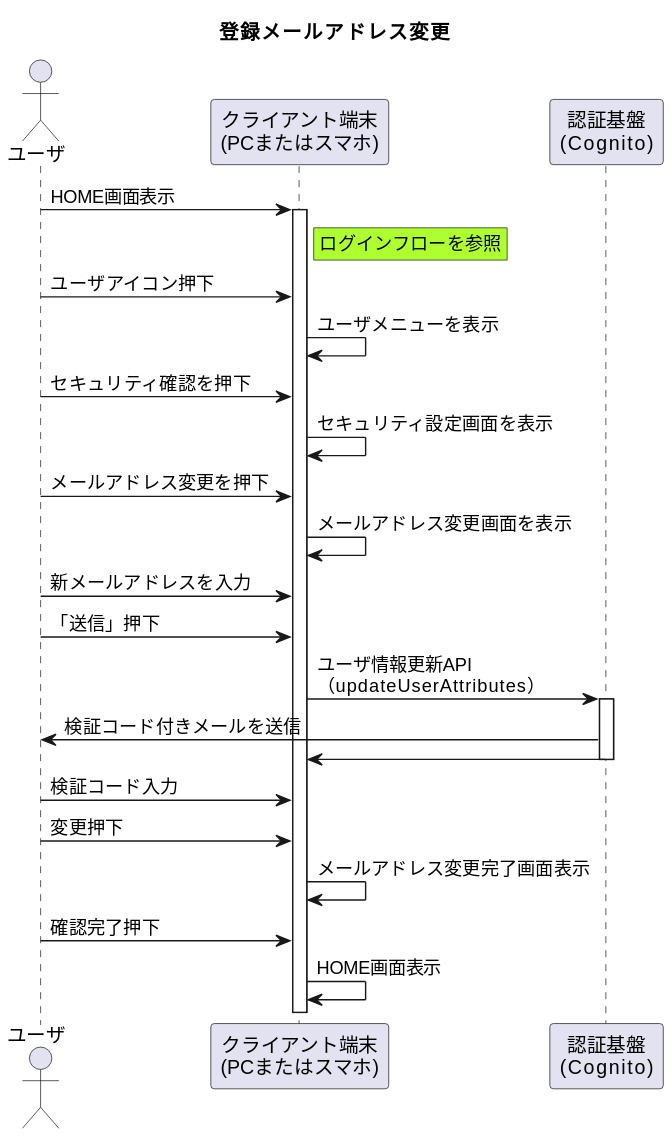
Above: 01_Sequences/00_Authentication/03_changeMail_Flow/changeMailFlow.svg in Sonic-Host/documents (PlantUML), before the change.
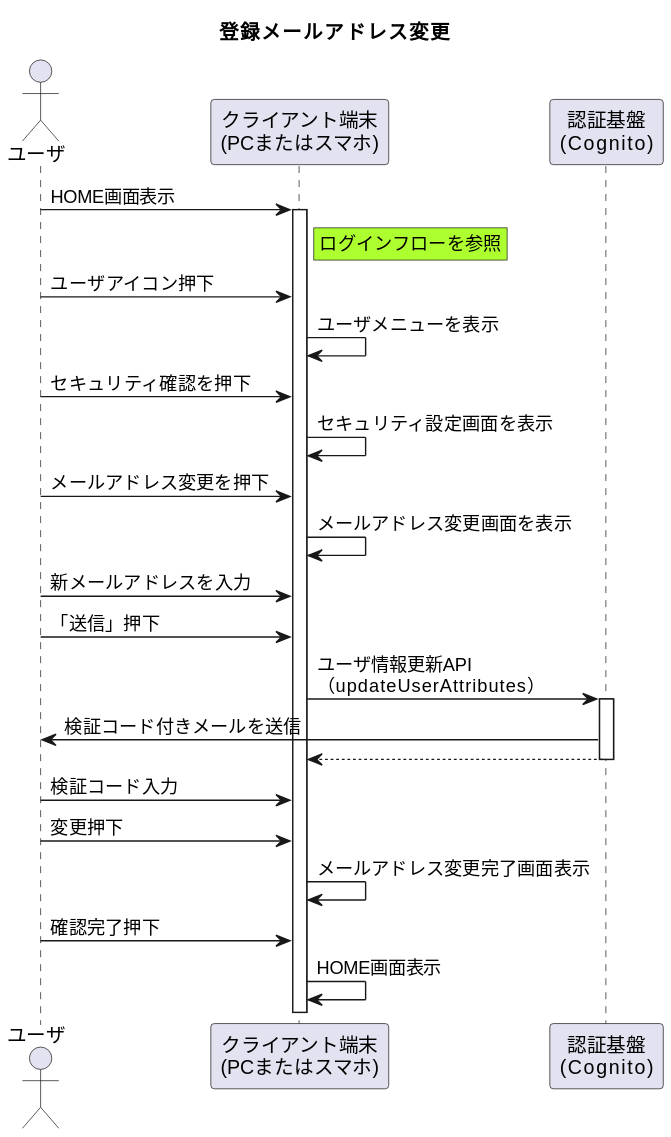
Above is the later version.

Change to the diagram source:
```diff
@@ -19,7 +19,7 @@
 user -> device : 「送信」押下
 device -> cognito ++ : ユーザ情報更新API\n（updateUserAttributes）
 cognito -> user : 検証コード付きメールを送信
-device <- cognito --
+device <-- cognito --
 user -> device : 検証コード入力
 user -> device : 変更押下
 device -> device : メールアドレス変更完了画面表示
```
